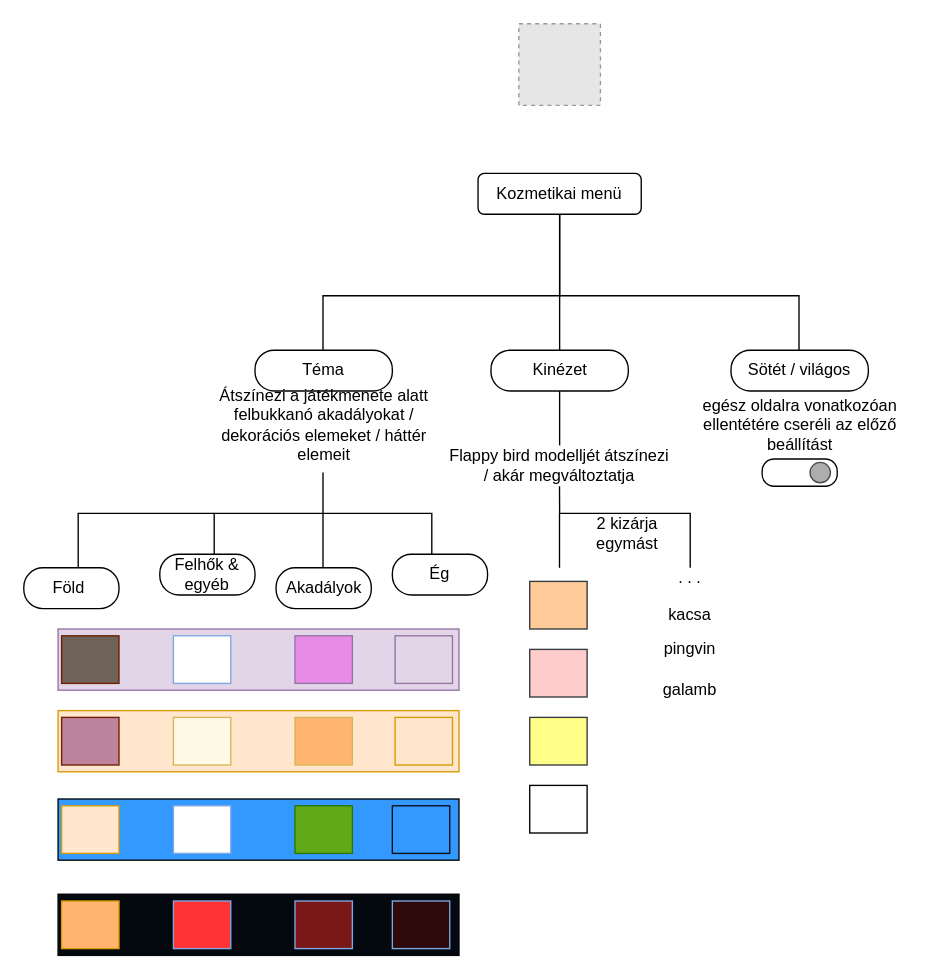
lipotjozsef/webprojekt keeps this draw.io diagram as tervezés/kozmetikai.drawio. Above is the earlier version. Source tidied: cells renumbered, new cells numbered last; positions are measured from the earlier drawing's top-left corner, leaving out a move shared by most shapes. Both pictures are drawn from the tidied source at 136%, with x=0, y=0 at pixel (23, 23). Pictures stored in the file or linked from it are replaced by grey dashed boxes.
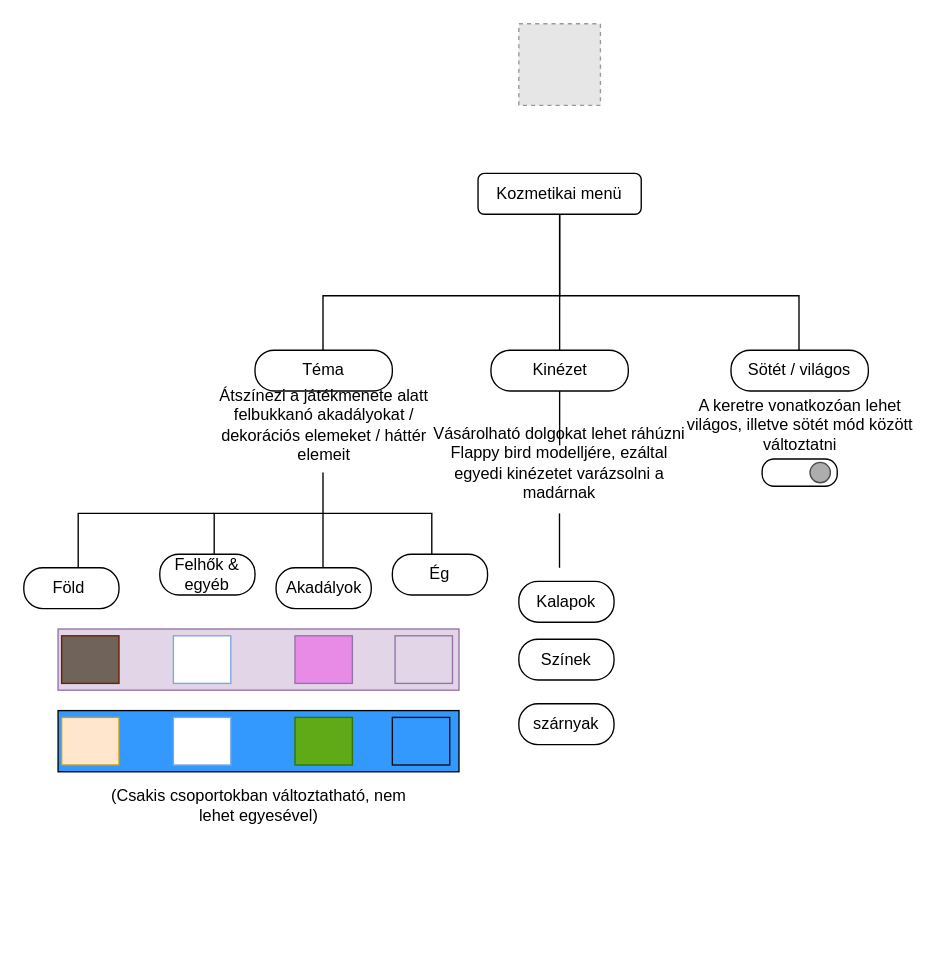
Above is the later version.

What changed in the source:
```diff
@@
-    <mxCell id="10" value="egész oldalra vonatkozóan ellentétére cseréli az előző beállítást" style="text;html=1;align=center;verticalAlign=middle;whiteSpace=wrap;rounded=0;" parent="1" vertex="1">
+    <mxCell id="10" value="A keretre vonatkozóan lehet világos, illetve sötét mód között változtatni" style="text;html=1;align=center;verticalAlign=middle;whiteSpace=wrap;rounded=0;" parent="1" vertex="1">
       <mxGeometry x="475.8" y="280" width="189.5" height="30" as="geometry" />
     </mxCell>
@@
-    <mxCell id="14" value="Flappy bird modelljét átszínezi&lt;div&gt;/ akár megváltoztatja&lt;/div&gt;" style="text;html=1;align=center;verticalAlign=middle;whiteSpace=wrap;rounded=0;" parent="1" vertex="1">
-      <mxGeometry x="299.2" y="310" width="189.5" height="30" as="geometry" />
-    </mxCell>
@@
-    <mxCell id="29" style="rounded=0;whiteSpace=wrap;html=1;fillColor=#ffe6cc;strokeColor=#d79b00;" parent="1" vertex="1">
-      <mxGeometry x="25.2" y="505" width="294.8" height="45" as="geometry" />
-    </mxCell>
-    <mxCell id="30" style="rounded=0;whiteSpace=wrap;html=1;fillColor=#BD839D;strokeColor=#6D1F00;fontColor=#ffffff;" parent="1" vertex="1">
-      <mxGeometry x="27.8" y="510" width="42.2" height="35" as="geometry" />
-    </mxCell>
-    <mxCell id="31" style="rounded=0;whiteSpace=wrap;html=1;fillColor=#FFFAE6;strokeColor=#d6b656;" parent="1" vertex="1">
-      <mxGeometry x="110" y="510" width="42.2" height="35" as="geometry" />
-    </mxCell>
-    <mxCell id="32" style="rounded=0;whiteSpace=wrap;html=1;fillColor=#FFB570;strokeColor=#d6b656;" parent="1" vertex="1">
-      <mxGeometry x="199.4" y="510" width="42.2" height="35" as="geometry" />
-    </mxCell>
-    <mxCell id="33" style="rounded=0;whiteSpace=wrap;html=1;fillColor=#ffe6cc;strokeColor=#d79b00;" parent="1" vertex="1">
-      <mxGeometry x="273" y="510" width="42.2" height="35" as="geometry" />
-    </mxCell>
     <mxCell id="34" style="rounded=0;whiteSpace=wrap;html=1;fillColor=#3399FF;strokeColor=#040608;" parent="1" vertex="1">
-      <mxGeometry x="25.2" y="570" width="294.8" height="45" as="geometry" />
+      <mxGeometry x="25.2" y="505" width="294.8" height="45" as="geometry" />
     </mxCell>
     <mxCell id="35" style="rounded=0;whiteSpace=wrap;html=1;fillColor=#ffe6cc;strokeColor=#d79b00;" parent="1" vertex="1">
-      <mxGeometry x="27.8" y="575" width="42.2" height="35" as="geometry" />
+      <mxGeometry x="27.8" y="510" width="42.2" height="35" as="geometry" />
     </mxCell>
     <mxCell id="36" style="rounded=0;whiteSpace=wrap;html=1;strokeColor=#7EA6E0;" parent="1" vertex="1">
-      <mxGeometry x="110" y="575" width="42.2" height="35" as="geometry" />
+      <mxGeometry x="110" y="510" width="42.2" height="35" as="geometry" />
     </mxCell>
     <mxCell id="37" style="rounded=0;whiteSpace=wrap;html=1;strokeColor=#2D7600;fillColor=#60a917;fontColor=#ffffff;" parent="1" vertex="1">
-      <mxGeometry x="199.4" y="575" width="42.2" height="35" as="geometry" />
+      <mxGeometry x="199.4" y="510" width="42.2" height="35" as="geometry" />
     </mxCell>
     <mxCell id="38" style="rounded=0;whiteSpace=wrap;html=1;strokeColor=#0B0F14;fillColor=#3399FF;" parent="1" vertex="1">
-      <mxGeometry x="271" y="575" width="42.2" height="35" as="geometry" />
+      <mxGeometry x="271" y="510" width="42.2" height="35" as="geometry" />
     </mxCell>
-    <mxCell id="39" style="rounded=0;whiteSpace=wrap;html=1;fillColor=#03090F;strokeColor=#040608;" parent="1" vertex="1">
-      <mxGeometry x="25.2" y="640" width="294.8" height="45" as="geometry" />
-    </mxCell>
-    <mxCell id="40" style="rounded=0;whiteSpace=wrap;html=1;fillColor=#FFB570;strokeColor=#d79b00;" parent="1" vertex="1">
-      <mxGeometry x="27.8" y="645" width="42.2" height="35" as="geometry" />
-    </mxCell>
-    <mxCell id="41" style="rounded=0;whiteSpace=wrap;html=1;strokeColor=#7EA6E0;fillColor=#FF3333;" parent="1" vertex="1">
-      <mxGeometry x="110" y="645" width="42.2" height="35" as="geometry" />
-    </mxCell>
-    <mxCell id="42" style="rounded=0;whiteSpace=wrap;html=1;strokeColor=#7EA6E0;fillColor=#7A1818;" parent="1" vertex="1">
-      <mxGeometry x="199.4" y="645" width="42.2" height="35" as="geometry" />
-    </mxCell>
-    <mxCell id="43" style="rounded=0;whiteSpace=wrap;html=1;strokeColor=#7EA6E0;fillColor=#2E0909;" parent="1" vertex="1">
-      <mxGeometry x="271" y="645" width="42.2" height="35" as="geometry" />
-    </mxCell>
-    <mxCell id="44" style="endArrow=none;html=1;rounded=0;" parent="1" edge="1">
-      <mxGeometry relative="1" as="geometry">
-        <mxPoint x="490" y="400" as="sourcePoint" />
-        <mxPoint x="393.9" y="340" as="targetPoint" />
-        <Array as="points">
-          <mxPoint x="490" y="360" />
-          <mxPoint x="394" y="360" />
-        </Array>
-      </mxGeometry>
-    </mxCell>
@@
-    <mxCell id="46" style="rounded=0;whiteSpace=wrap;html=1;strokeColor=#36393d;fillColor=#ffcc99;" parent="1" vertex="1">
-      <mxGeometry x="372" y="410" width="42.2" height="35" as="geometry" />
-    </mxCell>
-    <mxCell id="47" style="rounded=0;whiteSpace=wrap;html=1;fillColor=#ffcccc;strokeColor=#36393d;" parent="1" vertex="1">
-      <mxGeometry x="372" y="460" width="42.2" height="35" as="geometry" />
-    </mxCell>
-    <mxCell id="48" style="rounded=0;whiteSpace=wrap;html=1;strokeColor=#36393d;fillColor=#ffff88;" parent="1" vertex="1">
-      <mxGeometry x="372" y="510" width="42.2" height="35" as="geometry" />
-    </mxCell>
-    <mxCell id="49" style="rounded=0;whiteSpace=wrap;html=1;" parent="1" vertex="1">
-      <mxGeometry x="372" y="560" width="42.2" height="35" as="geometry" />
-    </mxCell>
-    <mxCell id="50" value=". . .&lt;div&gt;&lt;br&gt;&lt;/div&gt;" style="text;html=1;align=center;verticalAlign=middle;whiteSpace=wrap;rounded=0;" parent="1" vertex="1">
-      <mxGeometry x="460" y="400" width="60" height="30" as="geometry" />
-    </mxCell>
-    <mxCell id="51" value="kacsa" style="text;html=1;align=center;verticalAlign=middle;whiteSpace=wrap;rounded=0;" parent="1" vertex="1">
-      <mxGeometry x="460" y="420" width="60" height="30" as="geometry" />
-    </mxCell>
-    <mxCell id="52" value="pingvin" style="text;html=1;align=center;verticalAlign=middle;whiteSpace=wrap;rounded=0;" parent="1" vertex="1">
-      <mxGeometry x="460" y="445" width="60" height="30" as="geometry" />
-    </mxCell>
-    <mxCell id="53" value="galamb" style="text;html=1;align=center;verticalAlign=middle;whiteSpace=wrap;rounded=0;" parent="1" vertex="1">
-      <mxGeometry x="460" y="475" width="60" height="30" as="geometry" />
-    </mxCell>
-    <mxCell id="54" value="2 kizárja egymást" style="text;html=1;align=center;verticalAlign=middle;whiteSpace=wrap;rounded=0;" parent="1" vertex="1">
-      <mxGeometry x="414.2" y="360" width="60" height="30" as="geometry" />
-    </mxCell>
+    <mxCell id="55" value="Vásárolható dolgokat lehet ráhúzni Flappy bird modelljére, ezáltal egyedi kinézetet varázsolni a madárnak" style="text;html=1;align=center;verticalAlign=middle;whiteSpace=wrap;rounded=0;" parent="1" vertex="1">
+      <mxGeometry x="299.2" y="307.5" width="189.5" height="30" as="geometry" />
+    </mxCell>
+    <mxCell id="56" value="Kalapok" style="rounded=1;whiteSpace=wrap;html=1;arcSize=47;" parent="1" vertex="1">
+      <mxGeometry x="364" y="410" width="70" height="30" as="geometry" />
+    </mxCell>
+    <mxCell id="57" value="Színek" style="rounded=1;whiteSpace=wrap;html=1;arcSize=47;" parent="1" vertex="1">
+      <mxGeometry x="364" y="452.5" width="70" height="30" as="geometry" />
+    </mxCell>
+    <mxCell id="58" value="szárnyak" style="rounded=1;whiteSpace=wrap;html=1;arcSize=47;" parent="1" vertex="1">
+      <mxGeometry x="364" y="500" width="70" height="30" as="geometry" />
+    </mxCell>
+    <mxCell id="59" value="(Csakis csoportokban változtatható, nem lehet egyesével)" style="text;html=1;align=center;verticalAlign=middle;whiteSpace=wrap;rounded=0;" parent="1" vertex="1">
+      <mxGeometry x="51.6" y="560" width="242.1" height="30" as="geometry" />
+    </mxCell>
```
